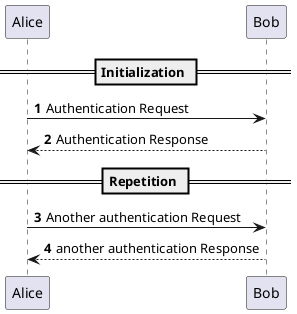
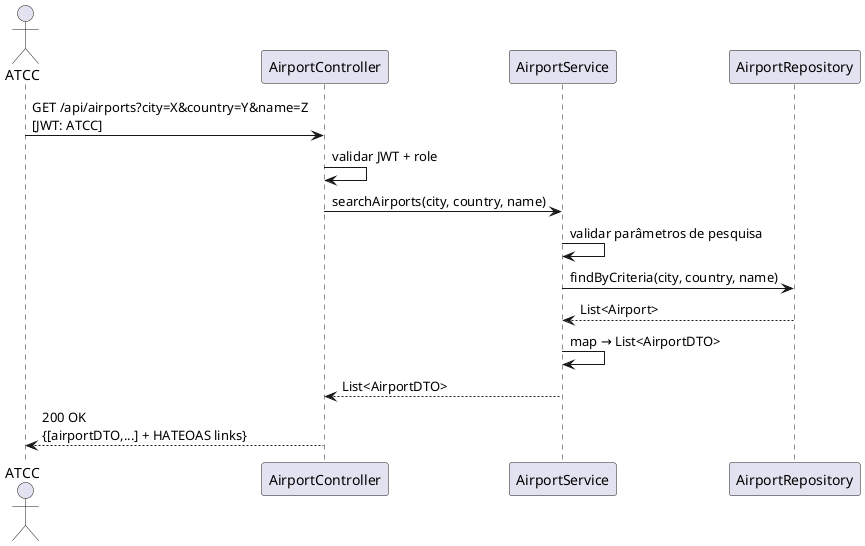
- @startuml
- 'https://plantuml.com/sequence-diagram
+ @startuml US108_SearchAirports

- autonumber
+ actor "ATCC" as USER
+ participant "AirportController" as CTRL
+ participant "AirportService" as SVC
+ participant "AirportRepository" as REPO

- == Initialization ==
+ USER -> CTRL : GET /api/airports?city=X&country=Y&name=Z\n[JWT: ATCC]

- Alice -> Bob: Authentication Request
- Bob --> Alice: Authentication Response
+ CTRL -> CTRL : validar JWT + role
+ CTRL -> SVC : searchAirports(city, country, name)

- == Repetition ==
+ SVC -> SVC : validar parâmetros de pesquisa
+ SVC -> REPO : findByCriteria(city, country, name)
+ REPO --> SVC : List<Airport>

- Alice -> Bob: Another authentication Request
- Alice <-- Bob: another authentication Response
- @enduml+ SVC -> SVC : map → List<AirportDTO>
+ SVC --> CTRL : List<AirportDTO>
+ 
+ CTRL --> USER : 200 OK\n{[airportDTO,...] + HATEOAS links}
+ 
+ @enduml
